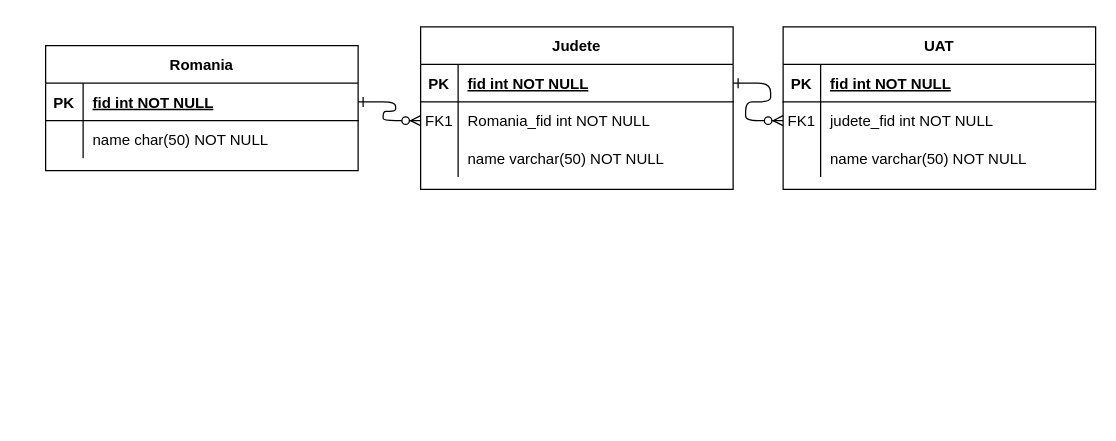
Before: Romania.drawio in AlexzzzBizoi/sem2_AlexBizoi, a draw.io diagram. Source tidied: cells renumbered, new cells numbered last; positions are measured from the earlier drawing's top-left corner, leaving out a move shared by most shapes. Both pictures are drawn from the tidied source at 125%, with x=0, y=0 at pixel (45, 26).
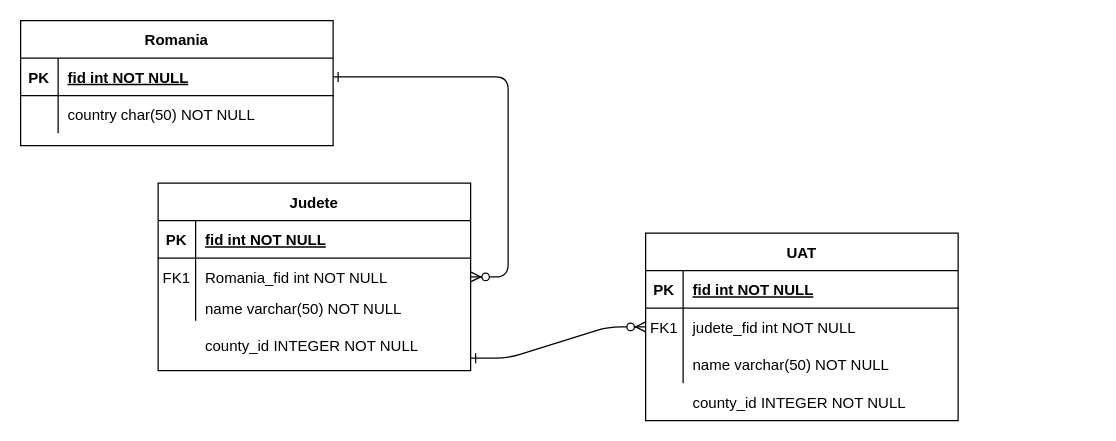
After the change.

The change refers to these unchanged cells:
```xml
<mxCell id="5" style="shape=partialRectangle;fillColor=none;points=[[0,0.5],[1,0.5]];portConstraint=eastwest;top=0;left=0;right=0;bottom=1;" parent="4" vertex="1">
  <mxGeometry y="30" width="250" height="30" as="geometry" />
</mxCell>
<mxCell id="18" style="shape=partialRectangle;fillColor=none;points=[[0,0.5],[1,0.5]];portConstraint=eastwest;top=0;left=0;right=0;bottom=0;" parent="14" vertex="1">
  <mxGeometry y="60" width="250" height="30" as="geometry" />
</mxCell>
<mxCell id="28" style="shape=partialRectangle;fillColor=none;top=0;left=0;right=0;bottom=0;" parent="24" vertex="1">
  <mxGeometry y="60" width="250" height="30" as="geometry" />
</mxCell>
```

Diff of the diagram source:
```diff
@@
-    <mxCell id="3" style="edgeStyle=entityRelationEdgeStyle;endArrow=ERzeroToMany;startArrow=ERone;endFill=1;startFill=0;" parent="1" edge="1" source="5" target="18">
-      <mxGeometry relative="1" as="geometry" />
+    <mxCell id="3" style="edgeStyle=entityRelationEdgeStyle;endArrow=ERzeroToMany;startArrow=ERone;endFill=1;startFill=0;" parent="1" edge="1" target="18">
+      <mxGeometry relative="1" as="geometry">
+        <mxPoint x="340" y="265" as="sourcePoint" />
+      </mxGeometry>
     </mxCell>
     <mxCell id="4" value="Judete" style="shape=table;startSize=30;childLayout=tableLayout;rowLines=0;fontStyle=1;align=center;" parent="1" vertex="1">
-      <mxGeometry x="300" width="250" height="130" as="geometry" />
+      <mxGeometry x="90" y="125" width="250" height="150" as="geometry" />
     </mxCell>
@@
     <mxCell id="11" style="shape=partialRectangle;fillColor=none;top=0;left=0;right=0;bottom=0;" parent="4" vertex="1">
-      <mxGeometry y="90" width="250" height="30" as="geometry" />
+      <mxGeometry y="90" width="250" height="20" as="geometry" />
     </mxCell>
     <mxCell id="12" style="shape=partialRectangle;overflow=hidden;fillColor=none;top=0;left=0;bottom=0;right=0;" parent="11" vertex="1">
-      <mxGeometry width="30" height="30" as="geometry" />
+      <mxGeometry width="30" height="20" as="geometry" />
     </mxCell>
     <mxCell id="13" value="name varchar(50) NOT NULL" style="shape=partialRectangle;overflow=hidden;fillColor=none;top=0;left=0;bottom=0;right=0;align=left;spacingLeft=6;" parent="11" vertex="1">
-      <mxGeometry x="30" width="220" height="30" as="geometry" />
+      <mxGeometry x="30" width="220" height="20" as="geometry" />
     </mxCell>
     <mxCell id="14" value="UAT" style="shape=table;startSize=30;childLayout=tableLayout;rowLines=0;fontStyle=1;align=center;" parent="1" vertex="1">
-      <mxGeometry x="590" width="250" height="130" as="geometry" />
+      <mxGeometry x="480" y="165" width="250" height="150" as="geometry" />
     </mxCell>
@@
     <mxCell id="24" value="Romania" style="shape=table;startSize=30;childLayout=tableLayout;rowLines=0;fontStyle=1;align=center;" parent="1" vertex="1">
-      <mxGeometry y="15" width="250" height="100" as="geometry" />
+      <mxGeometry x="-20" y="-5" width="250" height="100" as="geometry" />
     </mxCell>
@@
-    <mxCell id="30" value="name char(50) NOT NULL" style="shape=partialRectangle;overflow=hidden;fillColor=none;top=0;left=0;bottom=0;right=0;align=left;spacingLeft=6;" parent="28" vertex="1">
+    <mxCell id="30" value="country char(50) NOT NULL" style="shape=partialRectangle;overflow=hidden;fillColor=none;top=0;left=0;bottom=0;right=0;align=left;spacingLeft=6;" parent="28" vertex="1">
       <mxGeometry x="30" width="220" height="30" as="geometry" />
     </mxCell>
+    <mxCell id="31" value="county_id INTEGER NOT NULL" style="shape=partialRectangle;overflow=hidden;fillColor=none;top=0;left=0;bottom=0;right=0;align=left;spacingLeft=6;" parent="1" vertex="1">
+      <mxGeometry x="120" y="245" width="220" height="20" as="geometry" />
+    </mxCell>
+    <mxCell id="32" value="county_id INTEGER NOT NULL" style="shape=partialRectangle;overflow=hidden;fillColor=none;top=0;left=0;bottom=0;right=0;align=left;spacingLeft=6;" parent="1" vertex="1">
+      <mxGeometry x="510" y="285" width="220" height="30" as="geometry" />
+    </mxCell>
```
